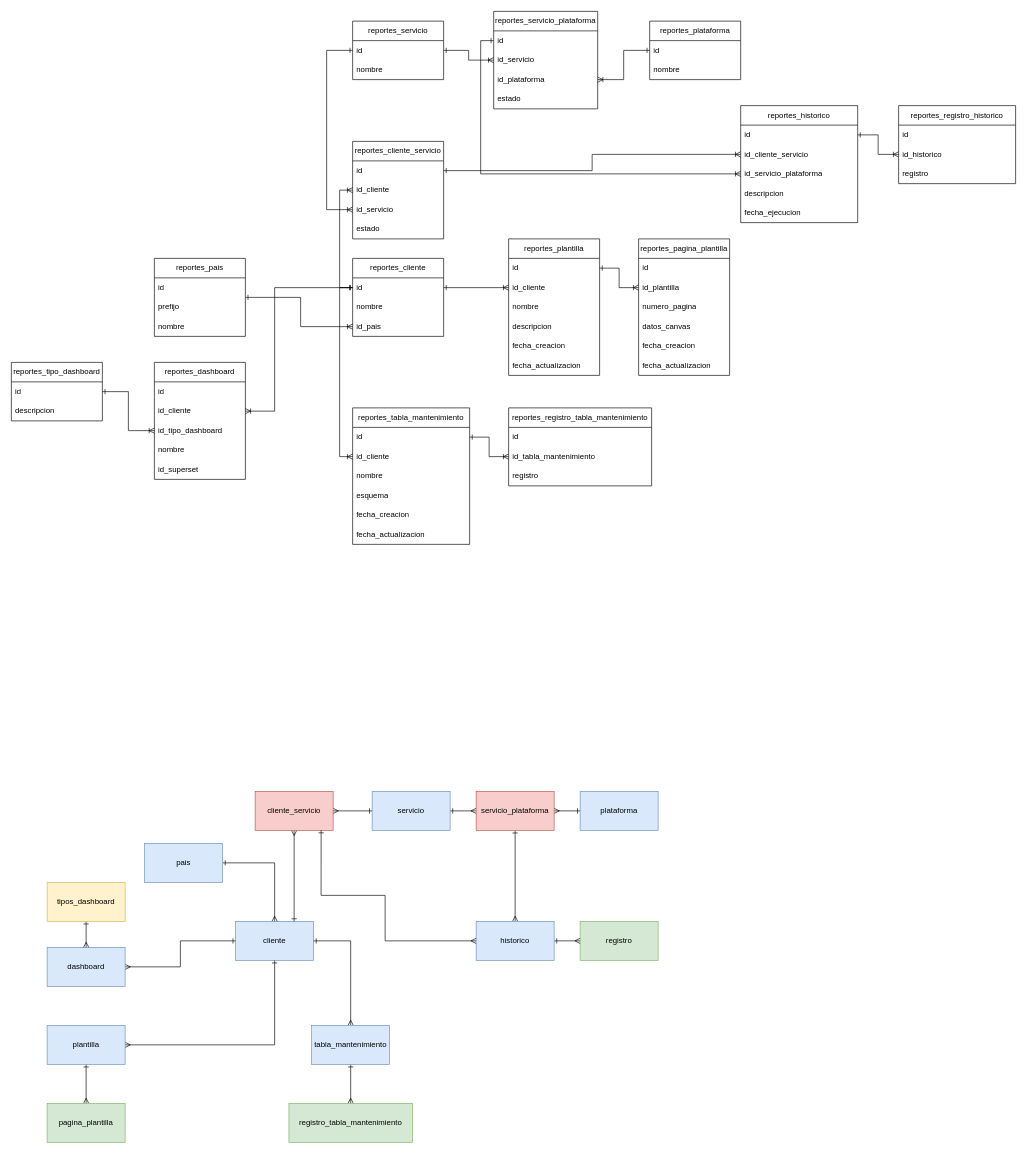
This is Diagrama sin título.drawio from Ever-417/diagramas, a draw.io file, before an edit. Source tidied: cells renumbered, new cells numbered last; positions are measured from the earlier drawing's top-left corner, leaving out a move shared by most shapes. Both pictures are drawn from the tidied source at 65%, with x=0, y=0 at pixel (11, 11).
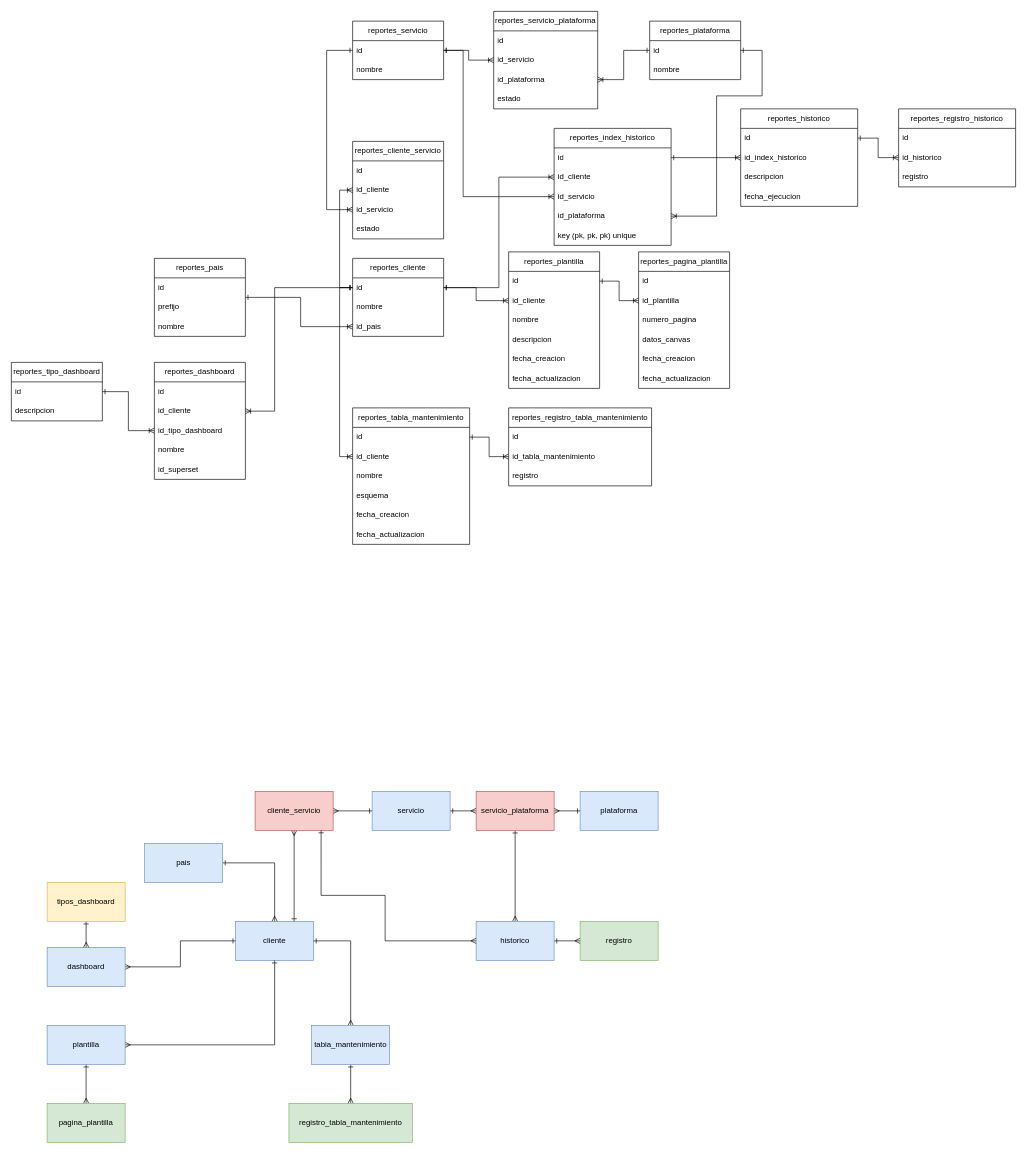
The same diagram, later.

The change refers to these unchanged cells:
```xml
<mxCell id="3" value="id" style="text;strokeColor=none;fillColor=none;align=left;verticalAlign=middle;spacingLeft=4;spacingRight=4;overflow=hidden;points=[[0,0.5],[1,0.5]];portConstraint=eastwest;whiteSpace=wrap;html=1;" parent="2" vertex="1">
  <mxGeometry y="30" width="140" height="30" as="geometry" />
</mxCell>
<mxCell id="67" value="id" style="text;strokeColor=none;fillColor=none;align=left;verticalAlign=middle;spacingLeft=4;spacingRight=4;overflow=hidden;points=[[0,0.5],[1,0.5]];portConstraint=eastwest;whiteSpace=wrap;html=1;" parent="66" vertex="1">
  <mxGeometry y="30" width="140" height="30" as="geometry" />
</mxCell>
<mxCell id="70" value="id" style="text;strokeColor=none;fillColor=none;align=left;verticalAlign=middle;spacingLeft=4;spacingRight=4;overflow=hidden;points=[[0,0.5],[1,0.5]];portConstraint=eastwest;whiteSpace=wrap;html=1;" parent="69" vertex="1">
  <mxGeometry y="30" width="140" height="30" as="geometry" />
</mxCell>
<mxCell id="73" value="id" style="text;strokeColor=none;fillColor=none;align=left;verticalAlign=middle;spacingLeft=4;spacingRight=4;overflow=hidden;points=[[0,0.5],[1,0.5]];portConstraint=eastwest;whiteSpace=wrap;html=1;" parent="72" vertex="1">
  <mxGeometry y="30" width="140" height="30" as="geometry" />
</mxCell>
<mxCell id="78" value="id" style="text;strokeColor=none;fillColor=none;align=left;verticalAlign=middle;spacingLeft=4;spacingRight=4;overflow=hidden;points=[[0,0.5],[1,0.5]];portConstraint=eastwest;whiteSpace=wrap;html=1;" parent="77" vertex="1">
  <mxGeometry y="30" width="160" height="30" as="geometry" />
</mxCell>
```

Change to the diagram source:
```diff
@@
     <mxCell id="50" value="reportes_plantilla" style="swimlane;fontStyle=0;horizontal=1;startSize=30;whiteSpace=wrap;html=1;" parent="1" vertex="1">
-      <mxGeometry x="765" y="350" width="140" height="210" as="geometry" />
+      <mxGeometry x="765" y="370" width="140" height="210" as="geometry" />
     </mxCell>
@@
     <mxCell id="57" value="reportes_pagina_plantilla" style="swimlane;fontStyle=0;horizontal=1;startSize=30;whiteSpace=wrap;html=1;" parent="1" vertex="1">
-      <mxGeometry x="965" y="350" width="140" height="210" as="geometry" />
+      <mxGeometry x="965" y="370" width="140" height="210" as="geometry" />
     </mxCell>
@@
     <mxCell id="99" value="reportes_historico" style="swimlane;fontStyle=0;horizontal=1;startSize=30;whiteSpace=wrap;html=1;" parent="1" vertex="1">
-      <mxGeometry x="1122" y="145" width="180" height="180" as="geometry" />
+      <mxGeometry x="1122" y="150" width="180" height="150" as="geometry" />
     </mxCell>
@@
-    <mxCell id="101" value="id_cliente_servicio" style="text;strokeColor=none;fillColor=none;align=left;verticalAlign=middle;spacingLeft=4;spacingRight=4;overflow=hidden;points=[[0,0.5],[1,0.5]];portConstraint=eastwest;whiteSpace=wrap;html=1;" parent="99" vertex="1">
+    <mxCell id="101" value="id_index_historico" style="text;strokeColor=none;fillColor=none;align=left;verticalAlign=middle;spacingLeft=4;spacingRight=4;overflow=hidden;points=[[0,0.5],[1,0.5]];portConstraint=eastwest;whiteSpace=wrap;html=1;" parent="99" vertex="1">
       <mxGeometry y="60" width="180" height="30" as="geometry" />
     </mxCell>
-    <mxCell id="102" value="id_servicio_plataforma" style="text;strokeColor=none;fillColor=none;align=left;verticalAlign=middle;spacingLeft=4;spacingRight=4;overflow=hidden;points=[[0,0.5],[1,0.5]];portConstraint=eastwest;whiteSpace=wrap;html=1;" parent="99" vertex="1">
-      <mxGeometry y="90" width="180" height="30" as="geometry" />
-    </mxCell>
     <mxCell id="103" value="descripcion" style="text;strokeColor=none;fillColor=none;align=left;verticalAlign=middle;spacingLeft=4;spacingRight=4;overflow=hidden;whiteSpace=wrap;html=1;" parent="99" vertex="1">
-      <mxGeometry y="120" width="180" height="30" as="geometry" />
+      <mxGeometry y="90" width="180" height="30" as="geometry" />
     </mxCell>
     <mxCell id="104" value="fecha_ejecucion" style="text;strokeColor=none;fillColor=none;align=left;verticalAlign=middle;spacingLeft=4;spacingRight=4;overflow=hidden;whiteSpace=wrap;html=1;" parent="99" vertex="1">
-      <mxGeometry y="150" width="180" height="30" as="geometry" />
+      <mxGeometry y="120" width="180" height="30" as="geometry" />
     </mxCell>
     <mxCell id="105" value="reportes_registro_historico" style="swimlane;fontStyle=0;horizontal=1;startSize=30;whiteSpace=wrap;html=1;" parent="1" vertex="1">
-      <mxGeometry x="1365" y="145" width="180" height="120" as="geometry" />
+      <mxGeometry x="1365" y="150" width="180" height="120" as="geometry" />
     </mxCell>
@@
-    <mxCell id="110" style="edgeStyle=orthogonalEdgeStyle;rounded=0;jettySize=auto;html=1;entryX=1;entryY=0.5;entryDx=0;entryDy=0;endArrow=ERone;endFill=0;startArrow=ERoneToMany;startFill=0;" parent="1" edge="1" source="101" target="73">
-      <mxGeometry relative="1" as="geometry" />
-    </mxCell>
-    <mxCell id="111" style="edgeStyle=orthogonalEdgeStyle;rounded=0;jettySize=auto;html=1;entryX=0;entryY=0.5;entryDx=0;entryDy=0;endArrow=ERone;endFill=0;startArrow=ERoneToMany;startFill=0;" parent="1" edge="1" source="102" target="78">
-      <mxGeometry relative="1" as="geometry" />
-    </mxCell>
+    <mxCell id="112" value="reportes_index_historico" style="swimlane;fontStyle=0;horizontal=1;startSize=30;whiteSpace=wrap;html=1;" parent="1" vertex="1">
+      <mxGeometry x="835" y="180" width="180" height="180" as="geometry" />
+    </mxCell>
+    <mxCell id="113" value="id" style="text;strokeColor=none;fillColor=none;align=left;verticalAlign=middle;spacingLeft=4;spacingRight=4;overflow=hidden;points=[[0,0.5],[1,0.5]];portConstraint=eastwest;whiteSpace=wrap;html=1;" parent="112" vertex="1">
+      <mxGeometry y="30" width="180" height="30" as="geometry" />
+    </mxCell>
+    <mxCell id="114" value="id_cliente" style="text;strokeColor=none;fillColor=none;align=left;verticalAlign=middle;spacingLeft=4;spacingRight=4;overflow=hidden;points=[[0,0.5],[1,0.5]];portConstraint=eastwest;whiteSpace=wrap;html=1;" parent="112" vertex="1">
+      <mxGeometry y="60" width="180" height="30" as="geometry" />
+    </mxCell>
+    <mxCell id="115" value="id_servicio" style="text;strokeColor=none;fillColor=none;align=left;verticalAlign=middle;spacingLeft=4;spacingRight=4;overflow=hidden;points=[[0,0.5],[1,0.5]];portConstraint=eastwest;whiteSpace=wrap;html=1;" parent="112" vertex="1">
+      <mxGeometry y="90" width="180" height="30" as="geometry" />
+    </mxCell>
+    <mxCell id="116" value="id_plataforma" style="text;strokeColor=none;fillColor=none;align=left;verticalAlign=middle;spacingLeft=4;spacingRight=4;overflow=hidden;points=[[0,0.5],[1,0.5]];portConstraint=eastwest;whiteSpace=wrap;html=1;" parent="112" vertex="1">
+      <mxGeometry y="120" width="180" height="30" as="geometry" />
+    </mxCell>
+    <mxCell id="117" value="key (pk, pk, pk) unique" style="text;strokeColor=none;fillColor=none;align=left;verticalAlign=middle;spacingLeft=4;spacingRight=4;overflow=hidden;whiteSpace=wrap;html=1;" parent="112" vertex="1">
+      <mxGeometry y="150" width="180" height="30" as="geometry" />
+    </mxCell>
+    <mxCell id="118" style="edgeStyle=orthogonalEdgeStyle;rounded=0;jettySize=auto;html=1;entryX=1;entryY=0.5;entryDx=0;entryDy=0;endArrow=ERone;endFill=0;startArrow=ERoneToMany;startFill=0;" parent="1" edge="1" source="114" target="3">
+      <mxGeometry relative="1" as="geometry" />
+    </mxCell>
+    <mxCell id="119" style="edgeStyle=orthogonalEdgeStyle;rounded=0;jettySize=auto;html=1;endArrow=ERone;endFill=0;startArrow=ERoneToMany;startFill=0;" parent="1" edge="1" source="115" target="67">
+      <mxGeometry relative="1" as="geometry">
+        <Array as="points">
+          <mxPoint x="695" y="285" />
+          <mxPoint x="695" y="60" />
+        </Array>
+      </mxGeometry>
+    </mxCell>
+    <mxCell id="120" style="edgeStyle=orthogonalEdgeStyle;rounded=0;jettySize=auto;html=1;entryX=1;entryY=0.5;entryDx=0;entryDy=0;endArrow=ERone;endFill=0;startArrow=ERoneToMany;startFill=0;" parent="1" edge="1" source="116" target="70">
+      <mxGeometry relative="1" as="geometry">
+        <Array as="points">
+          <mxPoint x="1085" y="315" />
+          <mxPoint x="1085" y="130" />
+          <mxPoint x="1155" y="130" />
+          <mxPoint x="1155" y="60" />
+        </Array>
+      </mxGeometry>
+    </mxCell>
+    <mxCell id="121" style="edgeStyle=orthogonalEdgeStyle;rounded=0;jettySize=auto;html=1;endArrow=ERoneToMany;endFill=0;startArrow=ERone;startFill=0;" parent="1" edge="1" source="113" target="101">
+      <mxGeometry relative="1" as="geometry" />
+    </mxCell>
```
